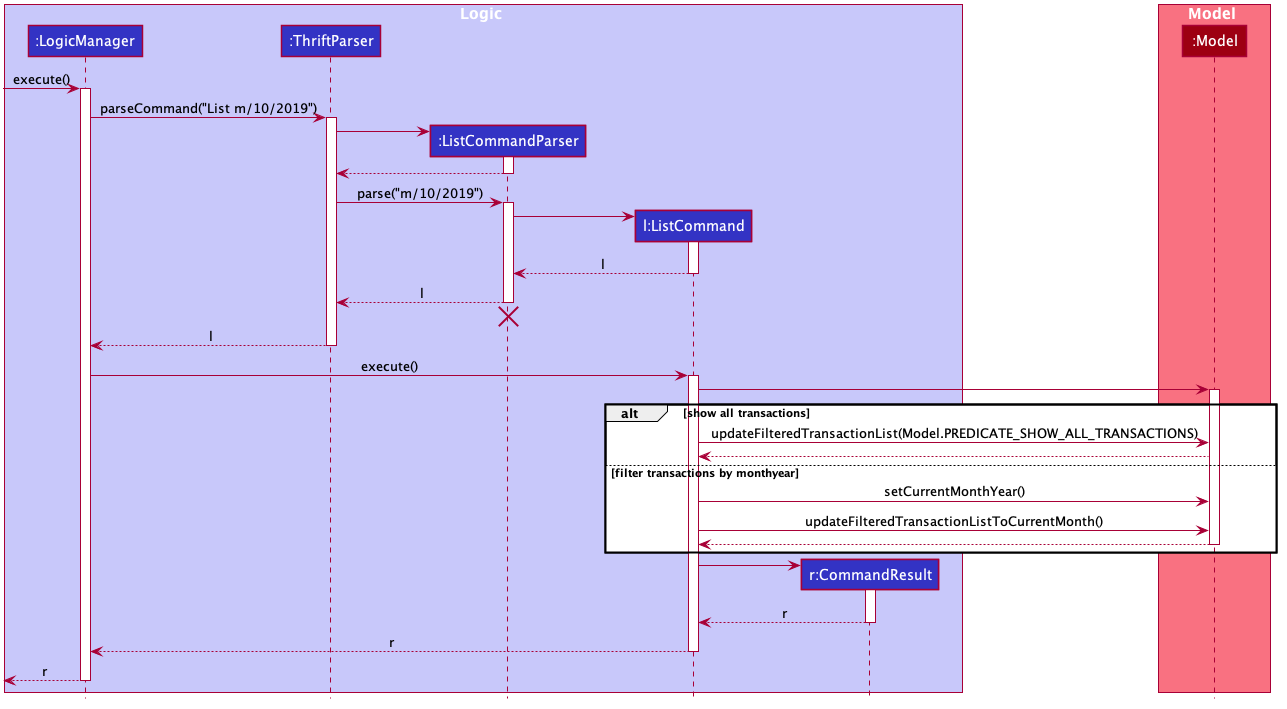
kensonoenqh/main keeps this PlantUML diagram as docs/images/list/ListSequenceDiagram.png. Above is the earlier version.
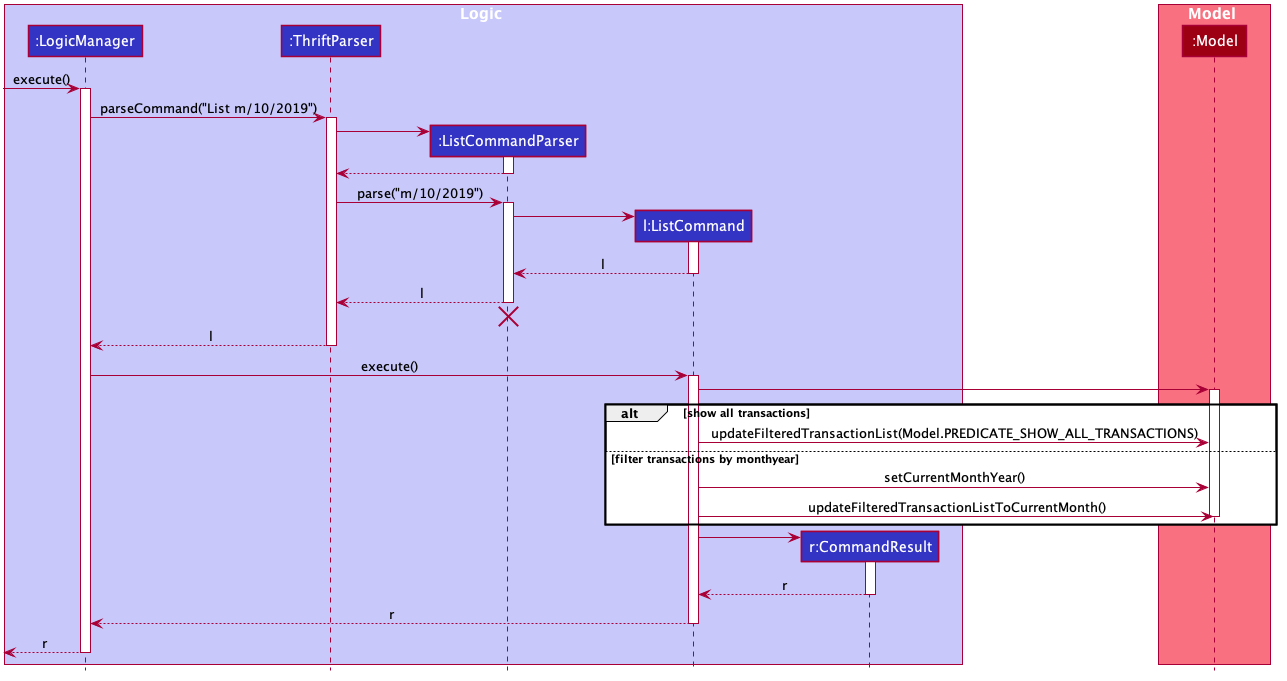
After the change.

Commit message:
Edit cuz forgot to change the png file

Change to the diagram source:
```diff
@@ -98,13 +98,11 @@
 
 alt show all transactions
     ListCommand -> Model: updateFilteredTransactionList(Model.PREDICATE_SHOW_ALL_TRANSACTIONS)
-Model --> ListCommand
 
 else filter transactions by monthyear
     ListCommand -> Model: setCurrentMonthYear()
     ListCommand -> Model: updateFilteredTransactionListToCurrentMonth()
 
-Model --> ListCommand
 deactivate Model
 end
 
```
